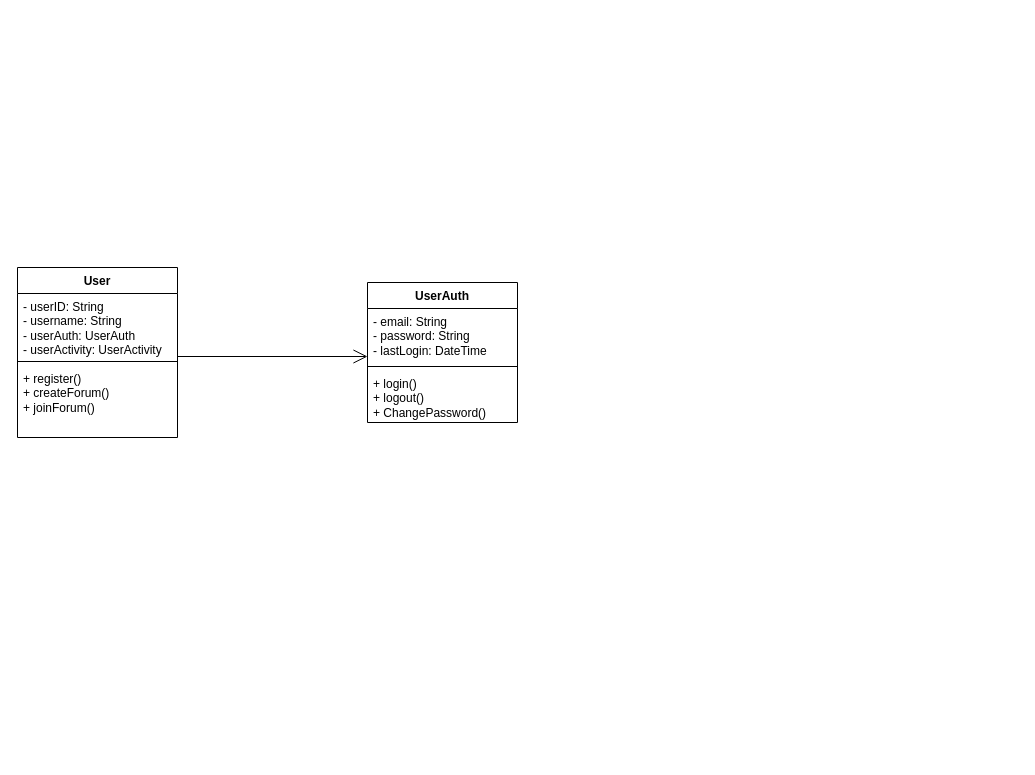
Above: Untitled Diagram.drawio in Swoopi/CS213 (draw.io), before the change. Source tidied: cells renumbered, new cells numbered last; positions are measured from the earlier drawing's top-left corner, leaving out a move shared by most shapes. Both pictures are drawn from the tidied source at 100%, with x=0, y=0 at pixel (17, 267).
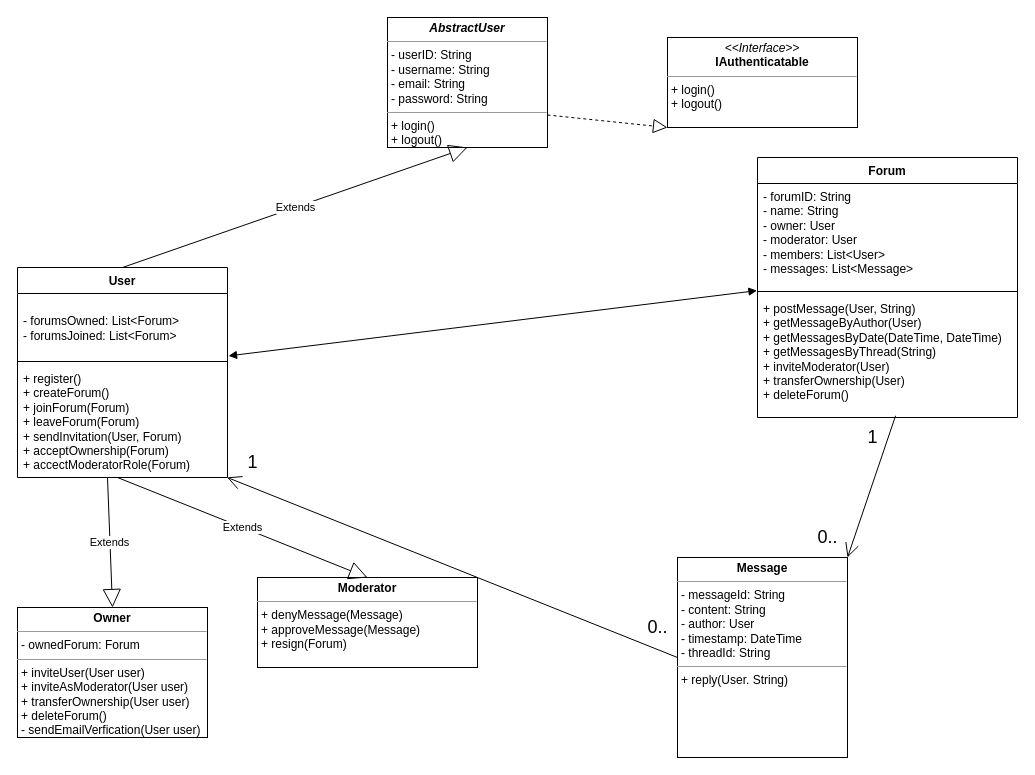
After the change.

What changed in the source:
```diff
@@
     <mxCell id="2" value="User" style="swimlane;fontStyle=1;align=center;verticalAlign=top;horizontal=1;startSize=26;whiteSpace=wrap;html=1;" parent="1" vertex="1">
-      <mxGeometry width="160" height="170" as="geometry" />
+      <mxGeometry width="210" height="210" as="geometry" />
     </mxCell>
-    <mxCell id="3" value="- userID: String&lt;br&gt;- username: String&lt;br&gt;- userAuth: UserAuth&lt;br&gt;- userActivity: UserActivity" style="text;strokeColor=none;fillColor=none;align=left;verticalAlign=top;spacingLeft=4;spacingRight=4;overflow=hidden;points=[[0,0.5],[1,0.5]];portConstraint=eastwest;whiteSpace=wrap;html=1;" parent="2" vertex="1">
-      <mxGeometry y="26" width="160" height="64" as="geometry" />
+    <mxCell id="3" value="&lt;br&gt;- forumsOwned: List&amp;lt;Forum&amp;gt;&lt;br&gt;- forumsJoined: List&amp;lt;Forum&amp;gt;" style="text;strokeColor=none;fillColor=none;align=left;verticalAlign=top;spacingLeft=4;spacingRight=4;overflow=hidden;points=[[0,0.5],[1,0.5]];portConstraint=eastwest;whiteSpace=wrap;html=1;" parent="2" vertex="1">
+      <mxGeometry y="26" width="210" height="64" as="geometry" />
     </mxCell>
     <mxCell id="4" style="line;strokeWidth=1;fillColor=none;align=left;verticalAlign=middle;spacingTop=-1;spacingLeft=3;spacingRight=3;labelPosition=right;strokeColor=inherit;" parent="2" vertex="1">
-      <mxGeometry y="90" width="160" height="8" as="geometry" />
+      <mxGeometry y="90" width="210" height="8" as="geometry" />
     </mxCell>
-    <mxCell id="5" value="+ register()&lt;br&gt;+ createForum()&lt;br&gt;+ joinForum()" style="text;strokeColor=none;fillColor=none;align=left;verticalAlign=top;spacingLeft=4;spacingRight=4;overflow=hidden;points=[[0,0.5],[1,0.5]];portConstraint=eastwest;whiteSpace=wrap;html=1;" parent="2" vertex="1">
-      <mxGeometry y="98" width="160" height="72" as="geometry" />
+    <mxCell id="5" value="+ register()&lt;br&gt;+ createForum()&lt;br&gt;+ joinForum(Forum)&lt;br&gt;+ leaveForum(Forum)&lt;br&gt;+ sendInvitation(User, Forum)&lt;br&gt;+ acceptOwnership(Forum)&lt;br&gt;+ accectModeratorRole(Forum)" style="text;strokeColor=none;fillColor=none;align=left;verticalAlign=top;spacingLeft=4;spacingRight=4;overflow=hidden;points=[[0,0.5],[1,0.5]];portConstraint=eastwest;whiteSpace=wrap;html=1;" parent="2" vertex="1">
+      <mxGeometry y="98" width="210" height="112" as="geometry" />
     </mxCell>
-    <mxCell id="6" value="UserAuth" style="swimlane;fontStyle=1;align=center;verticalAlign=top;horizontal=1;startSize=26;whiteSpace=wrap;html=1;" parent="1" vertex="1">
-      <mxGeometry x="350" y="15" width="150" height="140" as="geometry" />
-    </mxCell>
-    <mxCell id="7" value="- email: String&lt;br&gt;- password: String&lt;br&gt;- lastLogin: DateTime" style="text;strokeColor=none;fillColor=none;align=left;verticalAlign=top;spacingLeft=4;spacingRight=4;overflow=hidden;whiteSpace=wrap;html=1;" parent="6" vertex="1">
-      <mxGeometry y="26" width="150" height="54" as="geometry" />
-    </mxCell>
-    <mxCell id="8" style="line;strokeWidth=1;fillColor=none;align=left;verticalAlign=middle;spacingTop=-1;spacingLeft=3;spacingRight=3;labelPosition=right;strokeColor=inherit;" parent="6" vertex="1">
-      <mxGeometry y="80" width="150" height="8" as="geometry" />
-    </mxCell>
-    <mxCell id="9" value="+ login()&lt;br&gt;+ logout()&lt;br&gt;+ ChangePassword()" style="text;strokeColor=none;fillColor=none;align=left;verticalAlign=top;spacingLeft=4;spacingRight=4;overflow=hidden;whiteSpace=wrap;html=1;" parent="6" vertex="1">
-      <mxGeometry y="88" width="150" height="52" as="geometry" />
-    </mxCell>
-    <mxCell id="10" style="endArrow=open;endFill=1;endSize=12;html=1;rounded=0;" parent="1" edge="1">
-      <mxGeometry relative="1" as="geometry">
-        <mxPoint x="160" y="89" as="sourcePoint" />
-        <mxPoint x="350" y="89" as="targetPoint" />
-      </mxGeometry>
-    </mxCell>
+    <mxCell id="11" value="&lt;p style=&quot;margin:0px;margin-top:4px;text-align:center;&quot;&gt;&lt;b&gt;Message&lt;/b&gt;&lt;/p&gt;&lt;hr size=&quot;1&quot;&gt;&lt;p style=&quot;margin:0px;margin-left:4px;&quot;&gt;- messageId: String&lt;/p&gt;&lt;p style=&quot;margin:0px;margin-left:4px;&quot;&gt;- content: String&lt;/p&gt;&lt;p style=&quot;margin:0px;margin-left:4px;&quot;&gt;- author: User&lt;/p&gt;&lt;p style=&quot;margin:0px;margin-left:4px;&quot;&gt;- timestamp: DateTime&lt;/p&gt;&lt;p style=&quot;margin:0px;margin-left:4px;&quot;&gt;- threadId: String&lt;/p&gt;&lt;hr size=&quot;1&quot;&gt;&lt;p style=&quot;margin:0px;margin-left:4px;&quot;&gt;+ reply(User. String)&lt;/p&gt;" style="verticalAlign=top;align=left;overflow=fill;fontSize=12;fontFamily=Helvetica;html=1;whiteSpace=wrap;" parent="1" vertex="1">
+      <mxGeometry x="660" y="290" width="170" height="200" as="geometry" />
+    </mxCell>
+    <mxCell id="12" value="&lt;p style=&quot;margin:0px;margin-top:4px;text-align:center;&quot;&gt;&lt;b&gt;Moderator&lt;/b&gt;&lt;/p&gt;&lt;hr size=&quot;1&quot;&gt;&lt;p style=&quot;margin:0px;margin-left:4px;&quot;&gt;&lt;/p&gt;&lt;p style=&quot;margin:0px;margin-left:4px;&quot;&gt;+ denyMessage(Message)&lt;/p&gt;&lt;p style=&quot;margin:0px;margin-left:4px;&quot;&gt;+ approveMessage(Message)&lt;/p&gt;&lt;p style=&quot;margin:0px;margin-left:4px;&quot;&gt;+ resign(Forum)&lt;/p&gt;" style="verticalAlign=top;align=left;overflow=fill;fontSize=12;fontFamily=Helvetica;html=1;whiteSpace=wrap;" parent="1" vertex="1">
+      <mxGeometry x="240" y="310" width="220" height="90" as="geometry" />
+    </mxCell>
+    <mxCell id="13" style="endArrow=block;dashed=1;endFill=0;endSize=12;html=1;rounded=0;exitX=1;exitY=0.75;exitDx=0;exitDy=0;entryX=0;entryY=1;entryDx=0;entryDy=0;" parent="1" edge="1" source="16" target="20">
+      <mxGeometry relative="1" as="geometry" />
+    </mxCell>
+    <mxCell id="14" style="endArrow=block;startArrow=block;endFill=1;startFill=1;html=1;rounded=0;entryX=-0.002;entryY=-0.04;entryDx=0;entryDy=0;entryPerimeter=0;exitX=1.005;exitY=0.975;exitDx=0;exitDy=0;exitPerimeter=0;" parent="1" edge="1" source="3" target="24">
+      <mxGeometry relative="1" as="geometry" />
+    </mxCell>
+    <mxCell id="15" value="&lt;p style=&quot;margin:0px;margin-top:4px;text-align:center;&quot;&gt;&lt;b&gt;Owner&lt;/b&gt;&lt;/p&gt;&lt;hr size=&quot;1&quot;&gt;&lt;p style=&quot;margin:0px;margin-left:4px;&quot;&gt;&lt;span style=&quot;background-color: initial;&quot;&gt;- ownedForum: Forum&lt;/span&gt;&lt;br&gt;&lt;/p&gt;&lt;hr size=&quot;1&quot;&gt;&lt;p style=&quot;margin:0px;margin-left:4px;&quot;&gt;+ inviteUser(User user)&lt;/p&gt;&lt;p style=&quot;margin:0px;margin-left:4px;&quot;&gt;+ inviteAsModerator(User user)&lt;/p&gt;&lt;p style=&quot;margin:0px;margin-left:4px;&quot;&gt;+ transferOwnership(User user)&lt;/p&gt;&lt;p style=&quot;margin:0px;margin-left:4px;&quot;&gt;+ deleteForum()&lt;/p&gt;&lt;p style=&quot;margin:0px;margin-left:4px;&quot;&gt;- sendEmailVerfication(User user)&lt;/p&gt;" style="verticalAlign=top;align=left;overflow=fill;fontSize=12;fontFamily=Helvetica;html=1;whiteSpace=wrap;" parent="1" vertex="1">
+      <mxGeometry y="340" width="190" height="130" as="geometry" />
+    </mxCell>
+    <mxCell id="16" value="&lt;p style=&quot;margin:0px;margin-top:4px;text-align:center;&quot;&gt;&lt;b&gt;&lt;i&gt;AbstractUser&lt;/i&gt;&lt;/b&gt;&lt;/p&gt;&lt;hr size=&quot;1&quot;&gt;&lt;p style=&quot;margin:0px;margin-left:4px;&quot;&gt;- userID: String&lt;/p&gt;&lt;p style=&quot;margin:0px;margin-left:4px;&quot;&gt;- username: String&lt;/p&gt;&lt;p style=&quot;margin:0px;margin-left:4px;&quot;&gt;- email: String&lt;/p&gt;&lt;p style=&quot;margin:0px;margin-left:4px;&quot;&gt;- password: String&lt;/p&gt;&lt;hr size=&quot;1&quot;&gt;&lt;p style=&quot;margin:0px;margin-left:4px;&quot;&gt;+ login()&lt;/p&gt;&lt;p style=&quot;margin:0px;margin-left:4px;&quot;&gt;+ logout()&lt;/p&gt;" style="verticalAlign=top;align=left;overflow=fill;fontSize=12;fontFamily=Helvetica;html=1;whiteSpace=wrap;" parent="1" vertex="1">
+      <mxGeometry x="370" y="-250" width="160" height="130" as="geometry" />
+    </mxCell>
+    <mxCell id="17" style="endArrow=open;endFill=1;endSize=12;html=1;rounded=0;exitX=0.531;exitY=0.986;exitDx=0;exitDy=0;exitPerimeter=0;entryX=1;entryY=0;entryDx=0;entryDy=0;" parent="1" edge="1" source="24" target="11">
+      <mxGeometry relative="1" as="geometry" />
+    </mxCell>
+    <mxCell id="18" style="endArrow=open;endFill=1;endSize=12;html=1;rounded=0;exitX=0;exitY=0.5;exitDx=0;exitDy=0;entryX=0.998;entryY=0.999;entryDx=0;entryDy=0;entryPerimeter=0;" parent="1" edge="1" source="11" target="5">
+      <mxGeometry relative="1" as="geometry" />
+    </mxCell>
+    <mxCell id="19" value="Extends" style="endArrow=block;endSize=16;endFill=0;html=1;rounded=0;entryX=0.5;entryY=1;entryDx=0;entryDy=0;exitX=0.5;exitY=0;exitDx=0;exitDy=0;" parent="1" edge="1" source="2" target="16">
+      <mxGeometry relative="1" as="geometry" />
+    </mxCell>
+    <mxCell id="20" value="&lt;p style=&quot;margin:0px;margin-top:4px;text-align:center;&quot;&gt;&lt;i&gt;&amp;lt;&amp;lt;Interface&amp;gt;&amp;gt;&lt;/i&gt;&lt;br&gt;&lt;b&gt;IAuthenticatable&lt;/b&gt;&lt;/p&gt;&lt;hr size=&quot;1&quot;&gt;&lt;p style=&quot;margin:0px;margin-left:4px;&quot;&gt;+ login()&lt;/p&gt;&lt;p style=&quot;margin:0px;margin-left:4px;&quot;&gt;+ logout()&lt;/p&gt;" style="verticalAlign=top;align=left;overflow=fill;fontSize=12;fontFamily=Helvetica;html=1;whiteSpace=wrap;" parent="1" vertex="1">
+      <mxGeometry x="650" y="-230" width="190" height="90" as="geometry" />
+    </mxCell>
+    <mxCell id="21" value="Forum" style="swimlane;fontStyle=1;align=center;verticalAlign=top;horizontal=1;startSize=26;whiteSpace=wrap;html=1;" parent="1" vertex="1">
+      <mxGeometry x="740" y="-110" width="260" height="260" as="geometry" />
+    </mxCell>
+    <mxCell id="22" value="- forumID: String&lt;br&gt;- name: String&lt;br&gt;- owner: User&lt;br&gt;- moderator: User&lt;br&gt;- members: List&amp;lt;User&amp;gt;&lt;br&gt;- messages: List&amp;lt;Message&amp;gt;" style="text;strokeColor=none;fillColor=none;align=left;verticalAlign=top;spacingLeft=4;spacingRight=4;overflow=hidden;whiteSpace=wrap;html=1;" parent="21" vertex="1">
+      <mxGeometry y="26" width="260" height="104" as="geometry" />
+    </mxCell>
+    <mxCell id="23" style="line;strokeWidth=1;fillColor=none;align=left;verticalAlign=middle;spacingTop=-1;spacingLeft=3;spacingRight=3;labelPosition=right;strokeColor=inherit;" parent="21" vertex="1">
+      <mxGeometry y="130" width="260" height="8" as="geometry" />
+    </mxCell>
+    <mxCell id="24" value="+ postMessage(User, String)&lt;br&gt;+ getMessageByAuthor(User)&lt;br&gt;+ getMessagesByDate(DateTime, DateTime)&lt;br&gt;+ getMessagesByThread(String)&lt;br&gt;+ inviteModerator(User)&lt;br&gt;+ transferOwnership(User)&lt;br&gt;+ deleteForum()" style="text;strokeColor=none;fillColor=none;align=left;verticalAlign=top;spacingLeft=4;spacingRight=4;overflow=hidden;points=[[0,0.5],[1,0.5]];portConstraint=eastwest;whiteSpace=wrap;html=1;" parent="21" vertex="1">
+      <mxGeometry y="138" width="260" height="122" as="geometry" />
+    </mxCell>
+    <mxCell id="25" value="Extends" style="endArrow=block;endSize=16;endFill=0;html=1;rounded=0;entryX=0.5;entryY=0;entryDx=0;entryDy=0;" parent="1" edge="1" target="15">
+      <mxGeometry relative="1" as="geometry">
+        <mxPoint x="90" y="210" as="sourcePoint" />
+      </mxGeometry>
+    </mxCell>
+    <mxCell id="26" value="Extends" style="endArrow=block;endSize=16;endFill=0;html=1;rounded=0;entryX=0.5;entryY=0;entryDx=0;entryDy=0;" parent="1" edge="1" target="12">
+      <mxGeometry relative="1" as="geometry">
+        <mxPoint x="100" y="210" as="sourcePoint" />
+      </mxGeometry>
+    </mxCell>
+    <mxCell id="27" value="&lt;font style=&quot;font-size: 18px;&quot;&gt;1&lt;/font&gt;" style="text;html=1;align=center;verticalAlign=middle;strokeColor=none;fillColor=none;" parent="1" vertex="1">
+      <mxGeometry x="220" y="175" width="30" height="40" as="geometry" />
+    </mxCell>
+    <mxCell id="28" value="&lt;font style=&quot;font-size: 18px;&quot;&gt;0..&lt;/font&gt;" style="text;html=1;align=center;verticalAlign=middle;strokeColor=none;fillColor=none;" parent="1" vertex="1">
+      <mxGeometry x="620" y="340" width="40" height="40" as="geometry" />
+    </mxCell>
+    <mxCell id="29" value="&lt;font style=&quot;font-size: 18px;&quot;&gt;1&lt;/font&gt;" style="text;html=1;align=center;verticalAlign=middle;strokeColor=none;fillColor=none;" parent="1" vertex="1">
+      <mxGeometry x="840" y="150" width="30" height="40" as="geometry" />
+    </mxCell>
+    <mxCell id="30" value="&lt;font style=&quot;font-size: 18px;&quot;&gt;0..&lt;/font&gt;" style="text;html=1;align=center;verticalAlign=middle;strokeColor=none;fillColor=none;" parent="1" vertex="1">
+      <mxGeometry x="790" y="250" width="40" height="40" as="geometry" />
+    </mxCell>
```
